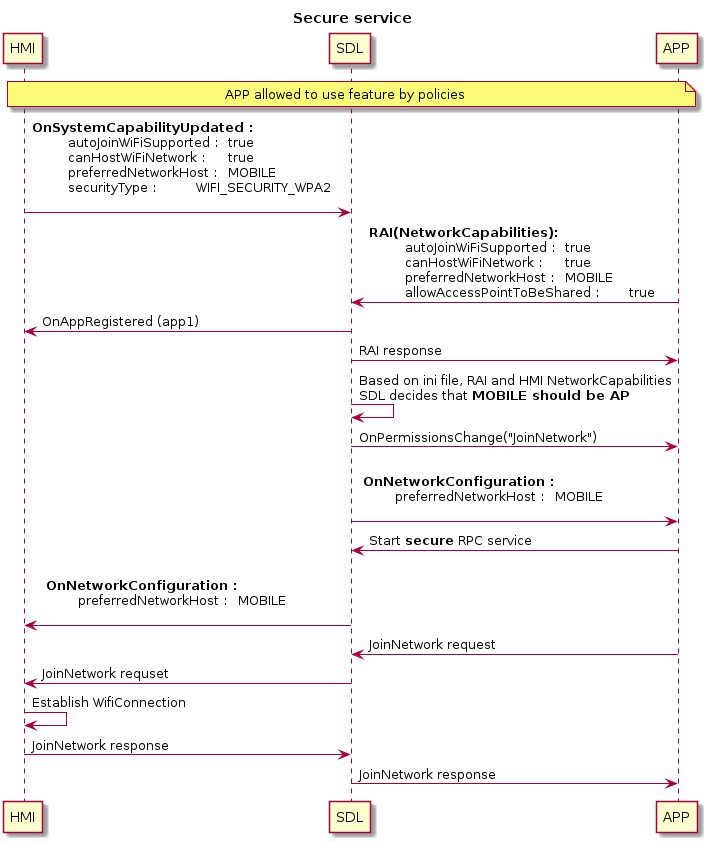
Above: assets/proposals/0245-sharing-wifi-ssid-and-password/secure_service.png in smartdevicelink/sdl_evolution (PlantUML), before the change.
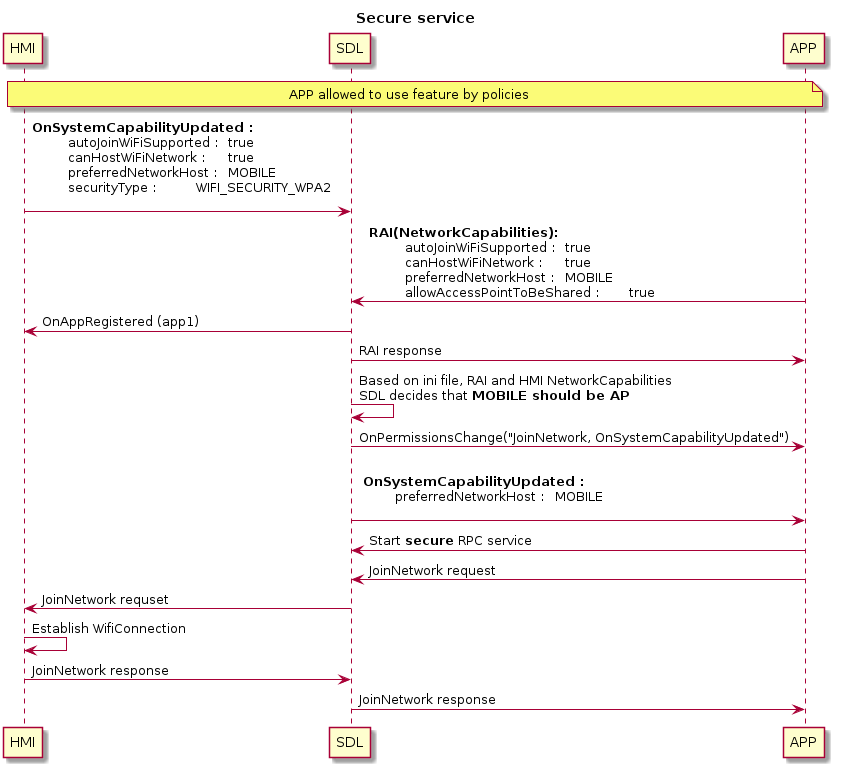
Later version of the same file.

Change to the diagram source:
```diff
@@ -1,4 +1,4 @@
-@startuml
+@startuml ../assets/proposals/0245-sharing-wifi-ssid-and-password/secure_service
 !pragma teoz true
 
 title Secure service
@@ -9,7 +9,6 @@
 
 note over HMI, APP: APP allowed to use feature by policies
 
-
 HMI -> SDL : <b>OnSystemCapabilityUpdated : \n\t autoJoinWiFiSupported : \t true \n\t canHostWiFiNetwork : \t true \n\t preferredNetworkHost : \t MOBILE \n\t securityType : \t WIFI_SECURITY_WPA2 \n
 APP -> SDL : <b>RAI(NetworkCapabilities): \n\t autoJoinWiFiSupported : \t true \n\t canHostWiFiNetwork : \t true \n\t preferredNetworkHost : \t MOBILE \n\t allowAccessPointToBeShared : \t true
 
@@ -18,13 +17,11 @@
 
 SDL -> SDL : Based on ini file, RAI and HMI NetworkCapabilities\nSDL decides that **MOBILE should be AP**
 
-SDL -> APP: OnPermissionsChange("JoinNetwork")
+SDL -> APP: OnPermissionsChange("JoinNetwork, OnSystemCapabilityUpdated")
 
-SDL -> APP:  \n <b>OnNetworkConfiguration : \n\t preferredNetworkHost : \t MOBILE \n
+SDL -> APP:  \n <b>OnSystemCapabilityUpdated : \n\t preferredNetworkHost : \t MOBILE \n
 APP -> SDL : Start **secure** RPC service
 
-
-SDL -> HMI:  \n <b>OnNetworkConfiguration : \n\t preferredNetworkHost : \t MOBILE \n
 
 APP -> SDL : JoinNetwork request
 SDL -> HMI : JoinNetwork requset
```
